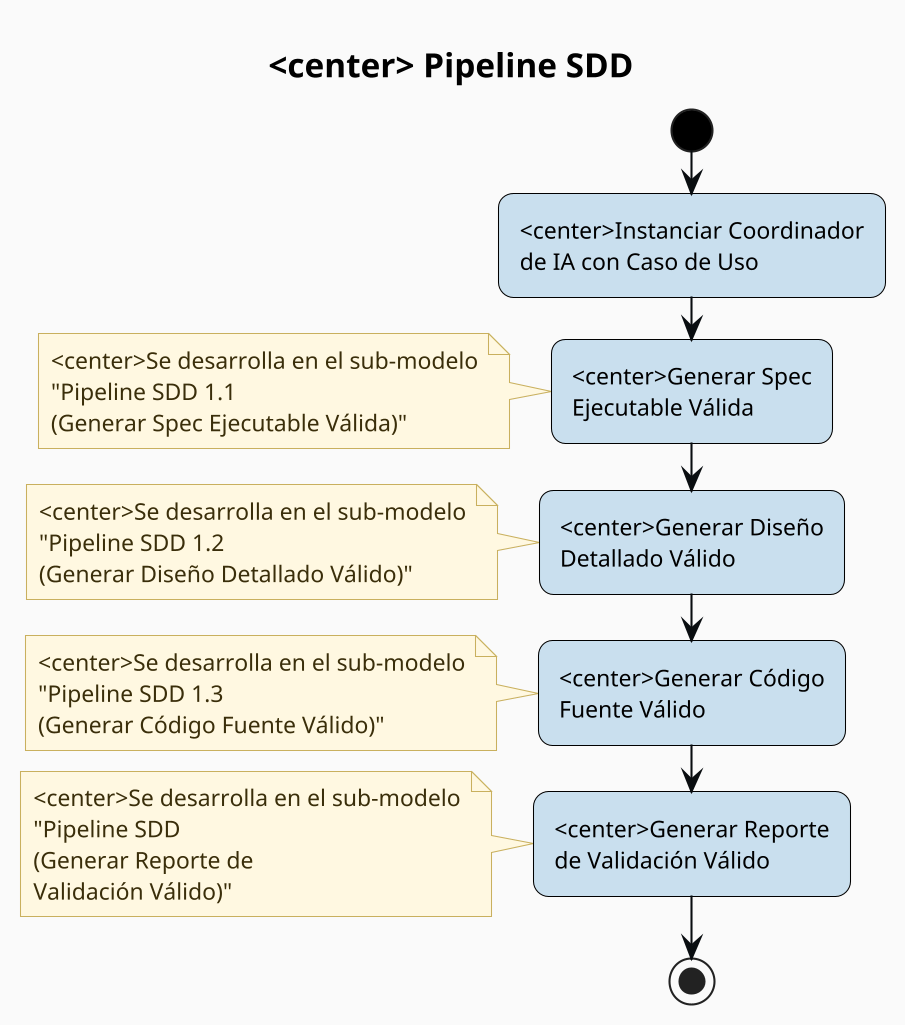
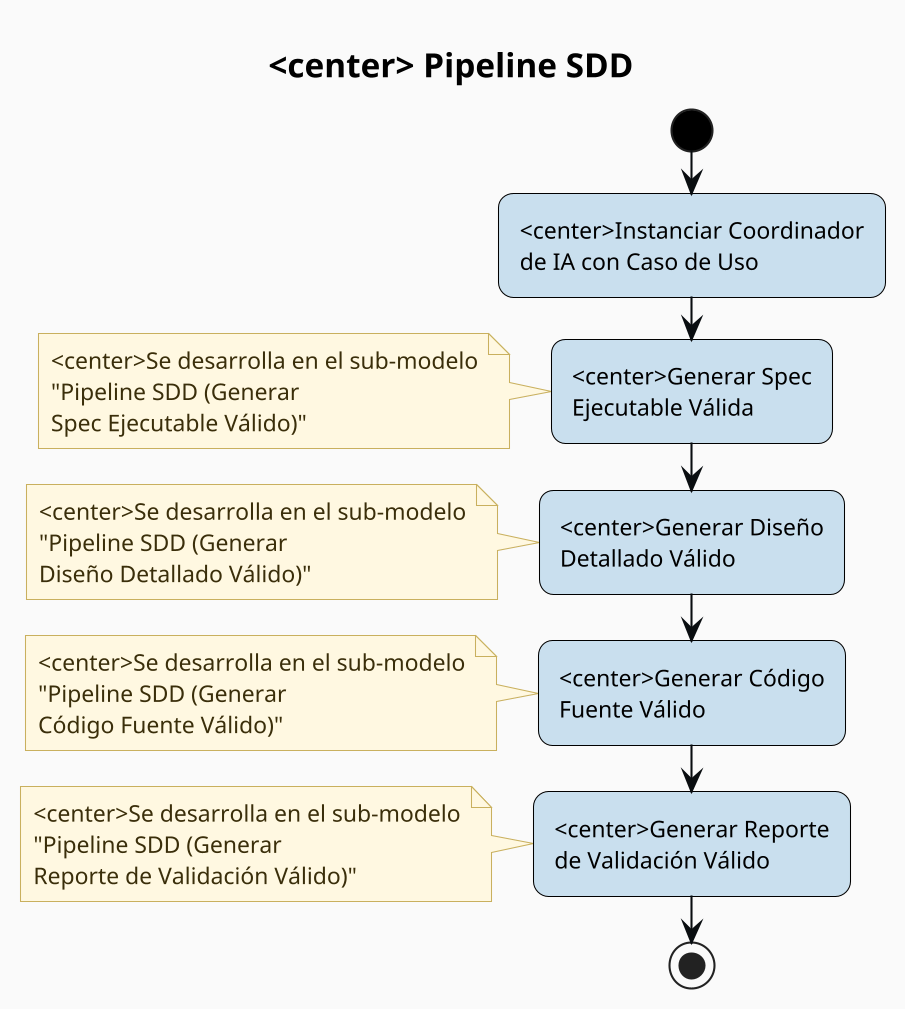
@startuml
skinparam dpi 200
title <center> Pipeline SDD

' === Modern soft theme ===
skinparam backgroundColor #FAFAFA
skinparam defaultFontName Helvetica
skinparam defaultFontSize 11
skinparam titleFontSize 16
skinparam titleFontStyle bold
skinparam shadowing false
skinparam roundCorner 14
skinparam linetype polyline

skinparam activity {
    BackgroundColor       #C9DFEE
    BorderColor           #000000
    FontColor             #000000
    FontName              Helvetica
    FontSize              11
    DiamondBackgroundColor #D9C2E3
    DiamondBorderColor    #000000
    DiamondFontColor      #000000
    StartColor            #000000
    EndColor              #000000
    BarColor              #000000
}

skinparam partition {
    BackgroundColor #FFFFFF
    BorderColor     #C9C9BE
    FontColor       #4A4A48
    FontStyle       bold
    FontSize        12
}

skinparam arrow {
    Color     #090D10
    FontColor #090D10
    FontSize  10
    Thickness 1
}

skinparam note {
    BackgroundColor #FFF8E1
    BorderColor     #C9B05E
    FontColor       #3A2E0A
}

start
:<center>Instanciar Coordinador\nde IA con Caso de Uso;
:<center>Generar Spec\nEjecutable Válida;
- note left:<center>Se desarrolla en el sub-modelo\n"Pipeline SDD 1.1\n(Generar Spec Ejecutable Válida)"
+ note left:<center>Se desarrolla en el sub-modelo\n"Pipeline SDD (Generar\nSpec Ejecutable Válido)"
:<center>Generar Diseño\nDetallado Válido;
- note left:<center>Se desarrolla en el sub-modelo\n"Pipeline SDD 1.2\n(Generar Diseño Detallado Válido)"
+ note left:<center>Se desarrolla en el sub-modelo\n"Pipeline SDD (Generar\nDiseño Detallado Válido)"
:<center>Generar Código\nFuente Válido;
- note left:<center>Se desarrolla en el sub-modelo\n"Pipeline SDD 1.3\n(Generar Código Fuente Válido)"
+ note left:<center>Se desarrolla en el sub-modelo\n"Pipeline SDD (Generar\nCódigo Fuente Válido)"
:<center>Generar Reporte\nde Validación Válido;
- note left:<center>Se desarrolla en el sub-modelo\n"Pipeline SDD\n(Generar Reporte de\nValidación Válido)"
+ note left:<center>Se desarrolla en el sub-modelo\n"Pipeline SDD (Generar\nReporte de Validación Válido)"
stop
@enduml